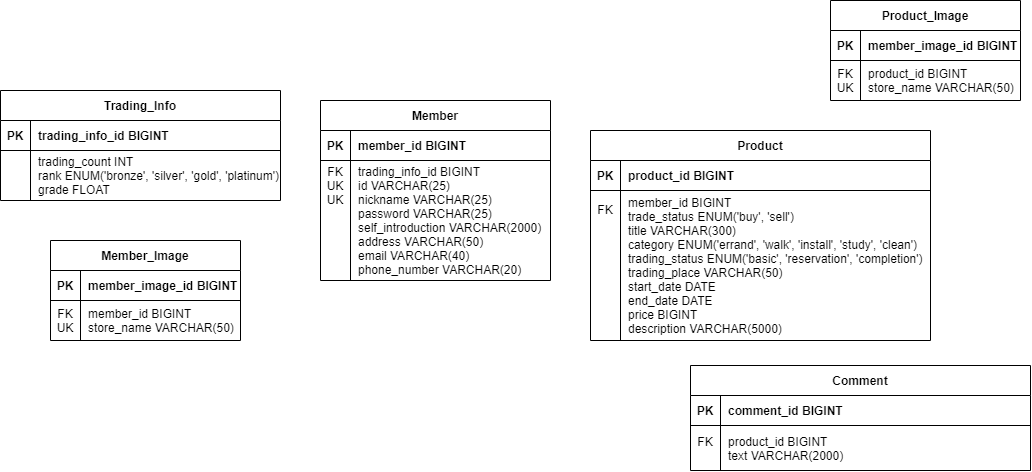
TEAM-TEMPUS/jjapturi keeps this draw.io diagram as sprint1 table.drawio.png. Above is the earlier version. Source tidied: cells renumbered, new cells last; positions are measured from the earlier drawing's top-left corner, leaving out a move shared by most shapes.
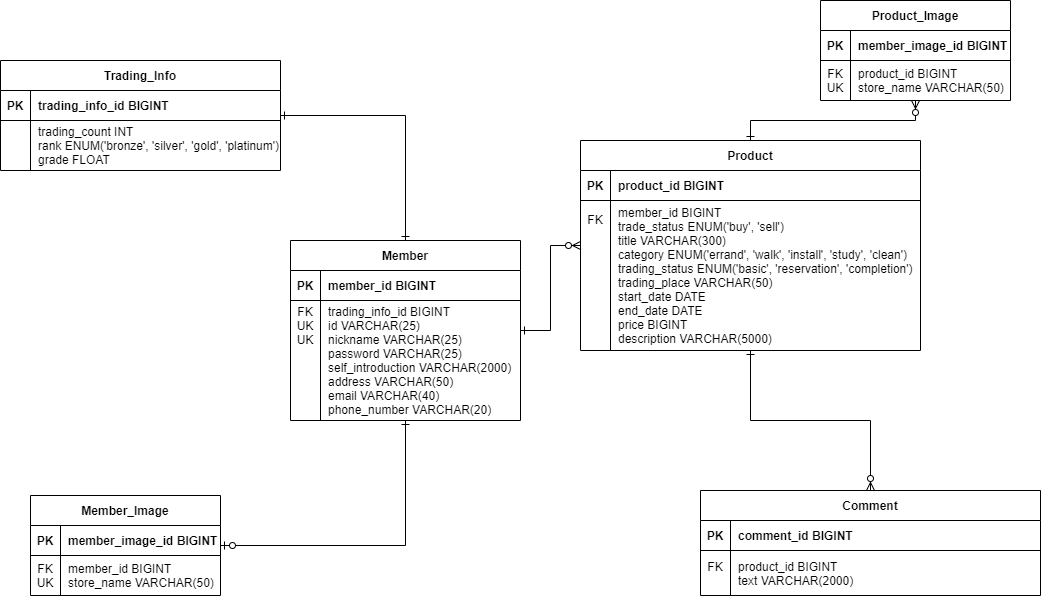
Later version of the same file.

Commit message:
docs: 테이블 연결 (#31)

Diff of the diagram source:
```diff
@@ -3,7 +3,7 @@
     <mxCell id="0" />
     <mxCell id="1" parent="0" />
     <mxCell id="2" value="Member" style="shape=table;startSize=30;rowLines=0;fontStyle=1;align=center;" parent="1" vertex="1">
-      <mxGeometry x="320" y="100" width="230" height="180" as="geometry" />
+      <mxGeometry x="300" y="240" width="230" height="180" as="geometry" />
     </mxCell>
     <mxCell id="3" style="shape=tableRow;horizontal=0;startSize=0;swimlaneHead=0;swimlaneBody=0;fillColor=none;top=0;left=0;right=0;bottom=1;" parent="2" vertex="1">
       <mxGeometry y="30" width="230" height="30" as="geometry" />
@@ -24,7 +24,7 @@
       <mxGeometry x="30" width="200" height="120" as="geometry" />
     </mxCell>
     <mxCell id="9" value="Trading_Info" style="shape=table;startSize=30;rowLines=0;fontStyle=1;align=center;" parent="1" vertex="1">
-      <mxGeometry y="90" width="280" height="110" as="geometry" />
+      <mxGeometry x="10" y="60" width="280" height="110" as="geometry" />
     </mxCell>
     <mxCell id="10" style="shape=tableRow;horizontal=0;startSize=0;swimlaneHead=0;swimlaneBody=0;fillColor=none;top=0;left=0;right=0;bottom=1;" parent="9" vertex="1">
       <mxGeometry y="30" width="280" height="30" as="geometry" />
@@ -45,7 +45,7 @@
       <mxGeometry x="30" width="250" height="50" as="geometry" />
     </mxCell>
     <mxCell id="16" value="Member_Image" style="shape=table;startSize=30;rowLines=0;fontStyle=1;align=center;" parent="1" vertex="1">
-      <mxGeometry x="50" y="240" width="190" height="100" as="geometry" />
+      <mxGeometry x="40" y="495" width="190" height="100" as="geometry" />
     </mxCell>
     <mxCell id="17" style="shape=tableRow;horizontal=0;startSize=0;swimlaneHead=0;swimlaneBody=0;fillColor=none;top=0;left=0;right=0;bottom=1;" parent="16" vertex="1">
       <mxGeometry y="30" width="190" height="30" as="geometry" />
@@ -66,7 +66,7 @@
       <mxGeometry x="30" width="160" height="40" as="geometry" />
     </mxCell>
     <mxCell id="23" value="Product" style="shape=table;startSize=30;rowLines=0;fontStyle=1;align=center;" parent="1" vertex="1">
-      <mxGeometry x="590" y="130" width="340" height="210" as="geometry" />
+      <mxGeometry x="590" y="140" width="340" height="210" as="geometry" />
     </mxCell>
     <mxCell id="24" style="shape=tableRow;horizontal=0;startSize=0;swimlaneHead=0;swimlaneBody=0;fillColor=none;top=0;left=0;right=0;bottom=1;" parent="23" vertex="1">
       <mxGeometry y="30" width="340" height="30" as="geometry" />
@@ -108,7 +108,7 @@
       <mxGeometry x="30" width="160" height="40" as="geometry" />
     </mxCell>
     <mxCell id="37" value="Comment" style="shape=table;startSize=30;rowLines=0;fontStyle=1;align=center;" parent="1" vertex="1">
-      <mxGeometry x="690" y="365" width="340" height="105" as="geometry" />
+      <mxGeometry x="710" y="490" width="340" height="105" as="geometry" />
     </mxCell>
     <mxCell id="38" style="shape=tableRow;horizontal=0;startSize=0;swimlaneHead=0;swimlaneBody=0;fillColor=none;top=0;left=0;right=0;bottom=1;" parent="37" vertex="1">
       <mxGeometry y="30" width="340" height="30" as="geometry" />
@@ -128,5 +128,20 @@
     <mxCell id="43" value="product_id BIGINT&#10;text VARCHAR(2000)" style="shape=partialRectangle;fillColor=none;top=0;left=0;bottom=0;right=0;align=left;spacingLeft=6;overflow=hidden;" parent="41" vertex="1">
       <mxGeometry x="30" width="310" height="45" as="geometry" />
     </mxCell>
+    <mxCell id="44" style="edgeStyle=orthogonalEdgeStyle;fontSize=12;html=1;endArrow=ERone;endFill=0;startArrow=ERone;rounded=0;startFill=0;" parent="1" edge="1" source="9" target="2">
+      <mxGeometry relative="1" as="geometry" />
+    </mxCell>
+    <mxCell id="45" style="edgeStyle=orthogonalEdgeStyle;fontSize=12;html=1;endArrow=ERone;endFill=0;startArrow=ERzeroToOne;rounded=0;startFill=0;" parent="1" edge="1" source="16" target="2">
+      <mxGeometry relative="1" as="geometry" />
+    </mxCell>
+    <mxCell id="46" style="edgeStyle=orthogonalEdgeStyle;fontSize=12;html=1;endArrow=ERzeroToMany;endFill=1;startArrow=ERone;rounded=0;startFill=0;" parent="1" edge="1" source="2" target="23">
+      <mxGeometry relative="1" as="geometry" />
+    </mxCell>
+    <mxCell id="47" style="edgeStyle=orthogonalEdgeStyle;fontSize=12;html=1;endArrow=ERzeroToMany;endFill=1;startArrow=ERone;rounded=0;startFill=0;" parent="1" edge="1" source="23" target="30">
+      <mxGeometry relative="1" as="geometry" />
+    </mxCell>
+    <mxCell id="48" style="edgeStyle=orthogonalEdgeStyle;fontSize=12;html=1;endArrow=ERzeroToMany;endFill=1;startArrow=ERone;rounded=0;startFill=0;" parent="1" edge="1" source="23" target="37">
+      <mxGeometry relative="1" as="geometry" />
+    </mxCell>
   </root>
 </mxGraphModel>
```
